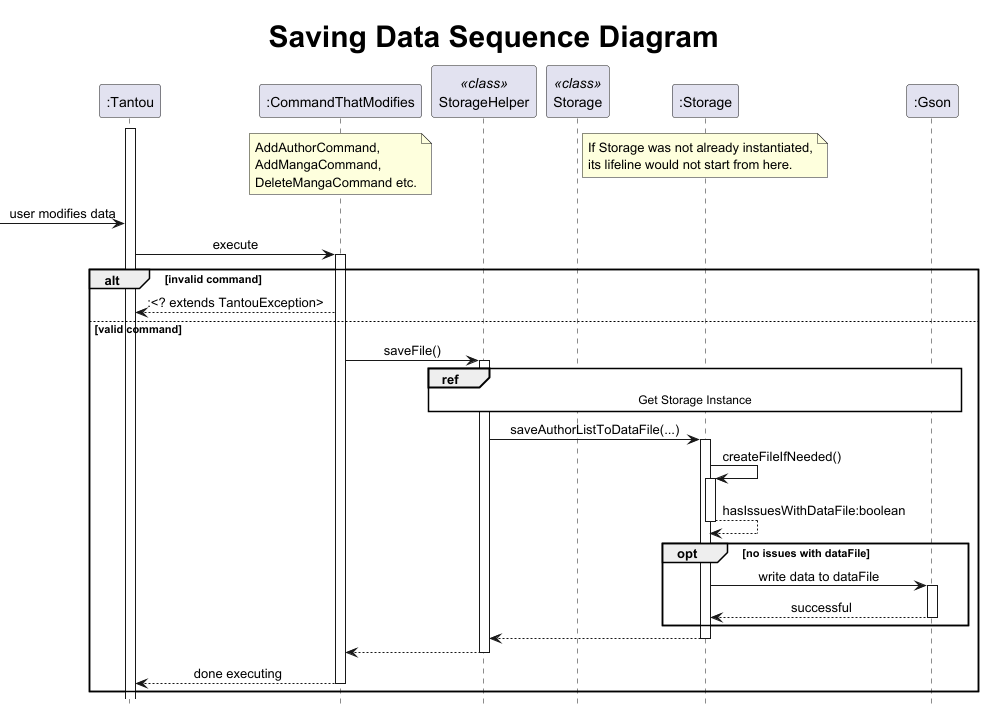
xenthm/tp keeps this PlantUML diagram as docs/uml/puml/SavingDataSequence/SavingDataSequence.png. Above is the earlier version.
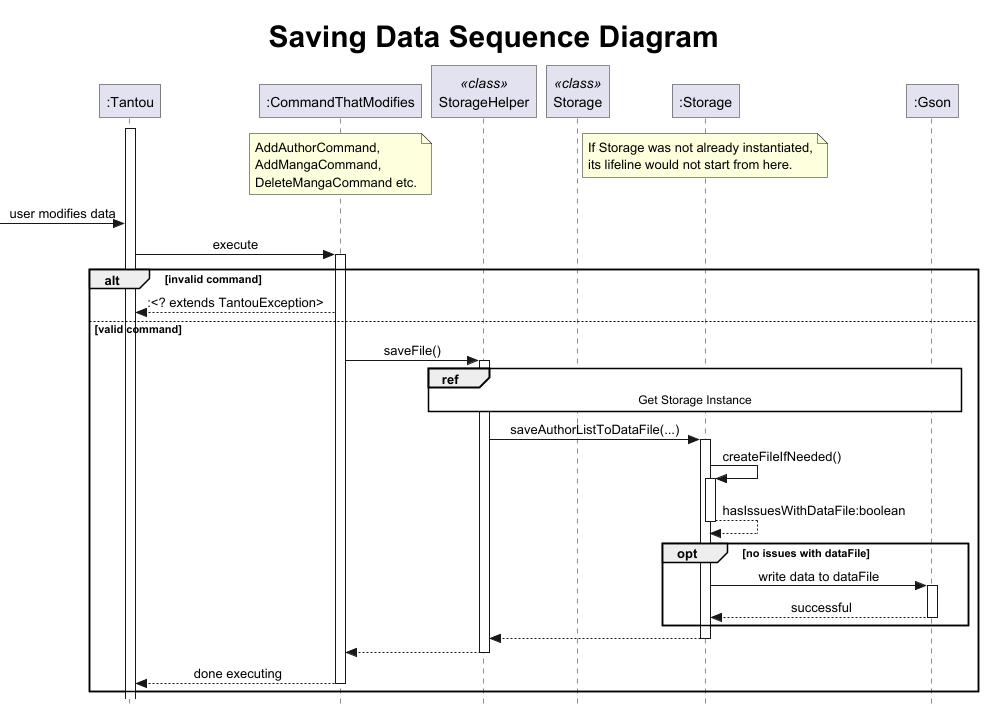
The same diagram one commit later.

Diff of the diagram source:
```diff
@@ -1,5 +1,5 @@
 @startuml
-!include .PlantUMLSequence.config
+!include ../.PlantUMLSequence.config
 
 title <size:30>Saving Data Sequence Diagram
 
```
